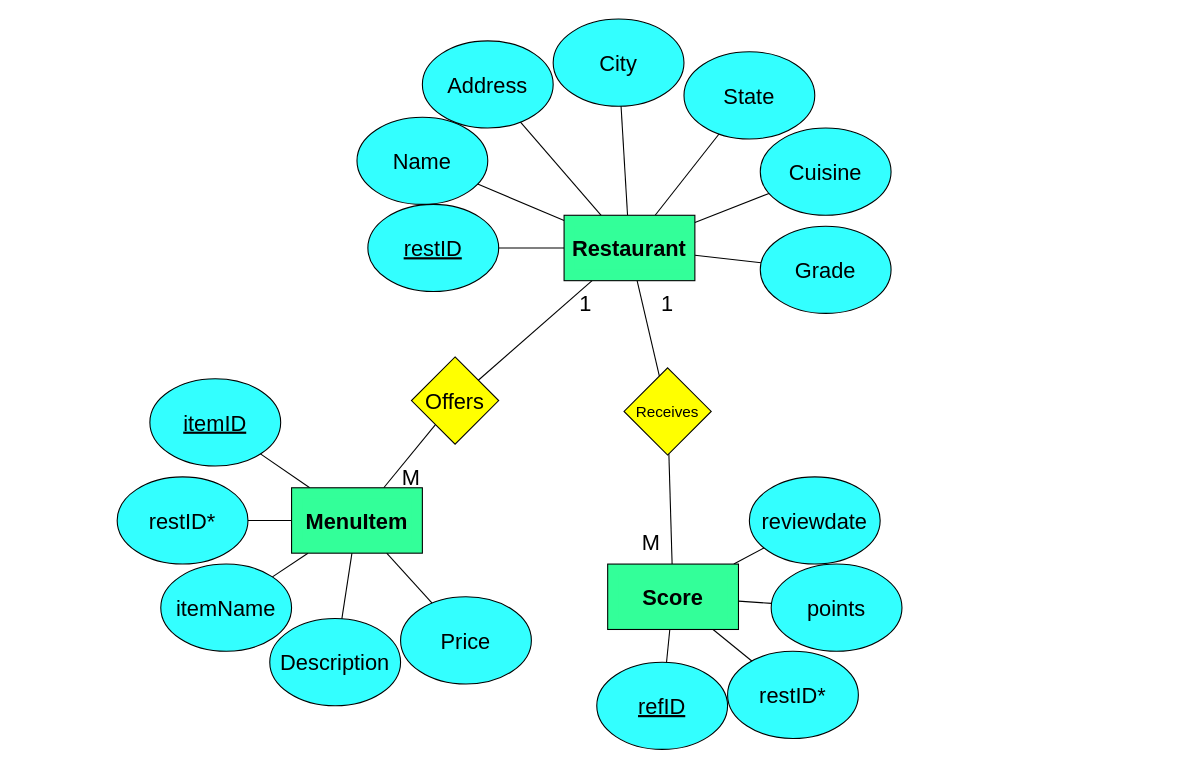
Above: 221024_batch/w9/2022_12_19_SQL/RestaurantsERD.drawio in 221024-NET/AkhilB (draw.io), before the change. Source tidied: cells renumbered, new cells numbered last; positions are measured from the earlier drawing's top-left corner, leaving out a move shared by most shapes. Both pictures are drawn from the tidied source at 109%, with x=0, y=0 at pixel (117, 19).
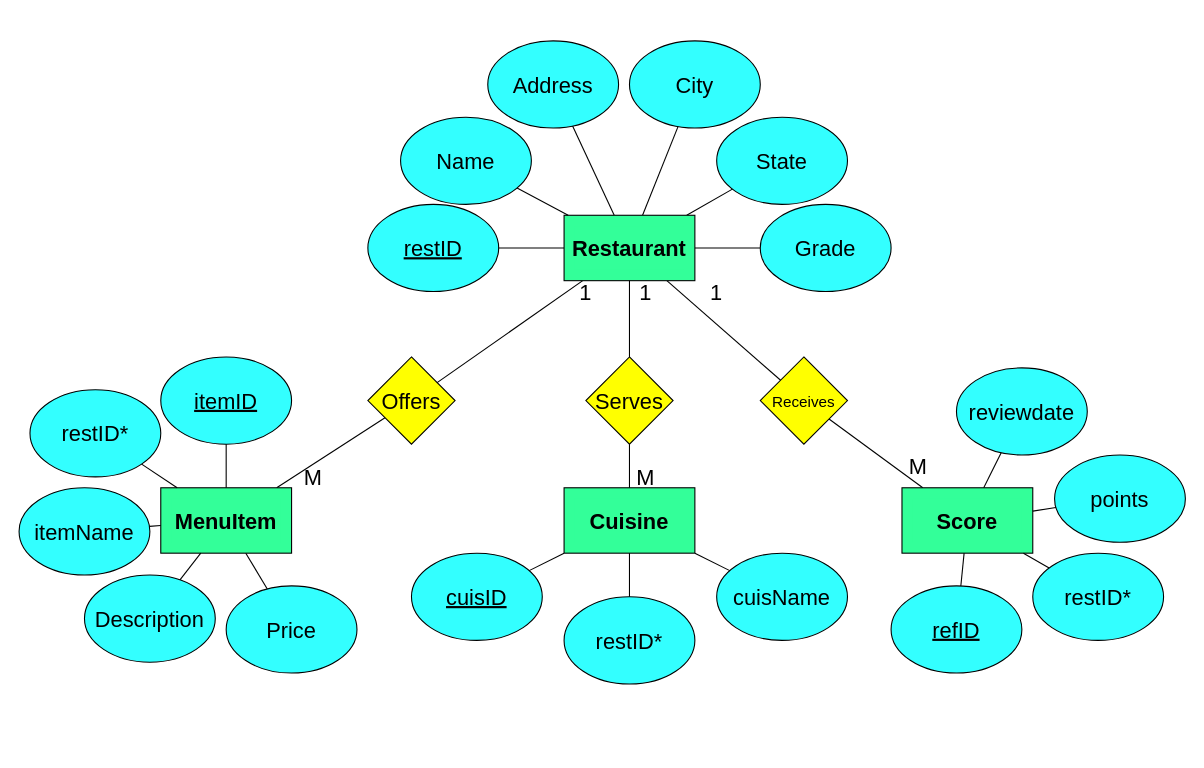
The same diagram, later.

Unchanged cells that the change refers to:
```xml
<mxCell id="3" style="ellipse;whiteSpace=wrap;html=1;fontSize=20;fillColor=#33FFFF;" parent="2" vertex="1">
  <mxGeometry width="120" height="80" as="geometry" />
</mxCell>
<mxCell id="45" style="ellipse;whiteSpace=wrap;html=1;fontSize=20;fillColor=#33FFFF;" parent="44" vertex="1">
  <mxGeometry width="120" height="80" as="geometry" />
</mxCell>
<mxCell id="71" style="ellipse;whiteSpace=wrap;html=1;fontSize=20;fillColor=#33FFFF;" parent="70" vertex="1">
  <mxGeometry width="120" height="80" as="geometry" />
</mxCell>
<mxCell id="74" style="ellipse;whiteSpace=wrap;html=1;fontSize=20;fillColor=#33FFFF;" parent="73" vertex="1">
  <mxGeometry width="120" height="80" as="geometry" />
</mxCell>
<mxCell id="77" style="ellipse;whiteSpace=wrap;html=1;fontSize=20;fillColor=#33FFFF;" parent="76" vertex="1">
  <mxGeometry width="120" height="80" as="geometry" />
</mxCell>
<mxCell id="84" style="rounded=0;whiteSpace=wrap;html=1;fillColor=#33FF99;" parent="83" vertex="1">
  <mxGeometry width="120" height="60" as="geometry" />
</mxCell>
<mxCell id="87" style="ellipse;whiteSpace=wrap;html=1;fontSize=20;fillColor=#33FFFF;" parent="86" vertex="1">
  <mxGeometry width="120" height="80" as="geometry" />
</mxCell>
```

The edit, as a diff of the source:
```diff
@@
     <mxCell id="2" style="group;" parent="1" vertex="1">
-      <mxGeometry x="220" y="90" width="120" height="80" as="geometry" />
+      <mxGeometry x="260" y="90" width="120" height="80" as="geometry" />
     </mxCell>
@@
     <mxCell id="8" style="group;" parent="1" vertex="1">
-      <mxGeometry x="280" y="20" width="120" height="80" as="geometry" />
+      <mxGeometry x="340" y="20" width="120" height="80" as="geometry" />
     </mxCell>
@@
     <mxCell id="11" style="group;" parent="1" vertex="1">
-      <mxGeometry x="400" width="120" height="80" as="geometry" />
+      <mxGeometry x="470" y="20" width="120" height="80" as="geometry" />
     </mxCell>
@@
     <mxCell id="14" style="group;" parent="1" vertex="1">
-      <mxGeometry x="520" y="30" width="120" height="80" as="geometry" />
+      <mxGeometry x="550" y="90" width="120" height="80" as="geometry" />
     </mxCell>
@@
     <mxCell id="17" style="group;" parent="1" vertex="1">
-      <mxGeometry x="590" y="190" width="120" height="80" as="geometry" />
+      <mxGeometry x="590" y="170" width="120" height="80" as="geometry" />
     </mxCell>
@@
     <mxCell id="25" style="group;" parent="1" vertex="1">
-      <mxGeometry x="270" y="310" width="80" height="80" as="geometry" />
+      <mxGeometry x="230" y="310" width="80" height="80" as="geometry" />
     </mxCell>
@@
     <mxCell id="30" value="1" style="text;html=1;strokeColor=none;fillColor=none;align=center;verticalAlign=middle;whiteSpace=wrap;rounded=0;fontSize=20;" parent="1" vertex="1">
-      <mxGeometry x="420" y="250" width="20" height="20" as="geometry" />
+      <mxGeometry x="420" y="240" width="20" height="20" as="geometry" />
     </mxCell>
+    <mxCell id="52" style="group;" parent="1" vertex="1">
+      <mxGeometry x="590" y="310" width="80" height="80" as="geometry" />
+    </mxCell>
+    <mxCell id="53" style="rhombus;whiteSpace=wrap;html=1;fontSize=20;fillColor=#FFFF00;" parent="52" vertex="1">
+      <mxGeometry width="80" height="80" as="geometry" />
+    </mxCell>
+    <mxCell id="54" value="&lt;font style=&quot;font-size: 14px;&quot;&gt;Receives&lt;/font&gt;" style="text;html=1;strokeColor=none;fillColor=none;align=center;verticalAlign=middle;whiteSpace=wrap;rounded=0;fontSize=20;" parent="52" vertex="1">
+      <mxGeometry x="10" y="20" width="60" height="35" as="geometry" />
+    </mxCell>
+    <mxCell id="55" style="endArrow=none;html=1;rounded=0;fontSize=14;" parent="1" edge="1" source="59" target="53">
+      <mxGeometry relative="1" as="geometry" />
+    </mxCell>
+    <mxCell id="56" style="endArrow=none;html=1;rounded=0;fontSize=14;" parent="1" edge="1" source="53" target="84">
+      <mxGeometry relative="1" as="geometry" />
+    </mxCell>
+    <mxCell id="57" value="1" style="text;html=1;strokeColor=none;fillColor=none;align=center;verticalAlign=middle;whiteSpace=wrap;rounded=0;fontSize=20;" parent="1" vertex="1">
+      <mxGeometry x="540" y="240" width="20" height="20" as="geometry" />
+    </mxCell>
+    <mxCell id="58" style="group;" parent="1" vertex="1">
+      <mxGeometry x="410" y="180" width="120" height="60" as="geometry" />
+    </mxCell>
+    <mxCell id="59" style="rounded=0;whiteSpace=wrap;html=1;fillColor=#33FF99;" parent="58" vertex="1">
+      <mxGeometry width="120" height="60" as="geometry" />
+    </mxCell>
+    <mxCell id="60" value="&lt;b&gt;&lt;font style=&quot;font-size: 20px;&quot;&gt;Restaurant&lt;/font&gt;&lt;/b&gt;" style="text;html=1;strokeColor=none;fillColor=#33FF99;align=center;verticalAlign=middle;whiteSpace=wrap;rounded=0;" parent="58" vertex="1">
+      <mxGeometry x="10" y="10" width="100" height="40" as="geometry" />
+    </mxCell>
+    <mxCell id="68" style="endArrow=none;html=1;" parent="1" edge="1" source="59" target="3">
+      <mxGeometry relative="1" as="geometry" />
+    </mxCell>
+    <mxCell id="90" style="group;" parent="1" vertex="1">
+      <mxGeometry x="270" y="430" width="400" height="180" as="geometry" />
+    </mxCell>
+    <mxCell id="91" style="group;" parent="90" vertex="1">
+      <mxGeometry x="140" width="120" height="60" as="geometry" />
+    </mxCell>
+    <mxCell id="92" style="rounded=0;whiteSpace=wrap;html=1;fillColor=#33FF99;" parent="91" vertex="1">
+      <mxGeometry width="120" height="60" as="geometry" />
+    </mxCell>
+    <mxCell id="66" value="&lt;span style=&quot;font-size: 20px;&quot;&gt;&lt;b&gt;Cuisine&lt;/b&gt;&lt;/span&gt;" style="text;html=1;strokeColor=none;fillColor=#33FF99;align=center;verticalAlign=middle;whiteSpace=wrap;rounded=0;" parent="91" vertex="1">
+      <mxGeometry x="10" y="10" width="100" height="40" as="geometry" />
+    </mxCell>
+    <mxCell id="93" style="group;" parent="90" vertex="1">
+      <mxGeometry y="60" width="120" height="80" as="geometry" />
+    </mxCell>
+    <mxCell id="94" style="ellipse;whiteSpace=wrap;html=1;fontSize=20;fillColor=#33FFFF;" parent="93" vertex="1">
+      <mxGeometry width="120" height="80" as="geometry" />
+    </mxCell>
+    <mxCell id="95" value="&lt;u&gt;cuisID&lt;/u&gt;" style="text;html=1;strokeColor=none;fillColor=none;align=center;verticalAlign=middle;whiteSpace=wrap;rounded=0;fontSize=20;" parent="93" vertex="1">
+      <mxGeometry x="10" y="20" width="100" height="40" as="geometry" />
+    </mxCell>
+    <mxCell id="96" style="group;" parent="90" vertex="1">
+      <mxGeometry x="140" y="100" width="120" height="80" as="geometry" />
+    </mxCell>
+    <mxCell id="97" style="ellipse;whiteSpace=wrap;html=1;fontSize=20;fillColor=#33FFFF;" parent="96" vertex="1">
+      <mxGeometry width="120" height="80" as="geometry" />
+    </mxCell>
+    <mxCell id="98" value="restID*" style="text;html=1;strokeColor=none;fillColor=none;align=center;verticalAlign=middle;whiteSpace=wrap;rounded=0;fontSize=20;" parent="96" vertex="1">
+      <mxGeometry x="10" y="20" width="100" height="40" as="geometry" />
+    </mxCell>
+    <mxCell id="99" style="group;" parent="90" vertex="1">
+      <mxGeometry x="280" y="60" width="120" height="80" as="geometry" />
+    </mxCell>
+    <mxCell id="100" style="ellipse;whiteSpace=wrap;html=1;fontSize=20;fillColor=#33FFFF;" parent="99" vertex="1">
+      <mxGeometry width="120" height="80" as="geometry" />
+    </mxCell>
+    <mxCell id="101" value="cuisName" style="text;html=1;strokeColor=none;fillColor=none;align=center;verticalAlign=middle;whiteSpace=wrap;rounded=0;fontSize=20;" parent="99" vertex="1">
+      <mxGeometry x="10" y="20" width="100" height="40" as="geometry" />
+    </mxCell>
+    <mxCell id="102" style="endArrow=none;html=1;rounded=0;" parent="90" edge="1" source="94" target="92">
+      <mxGeometry relative="1" as="geometry" />
+    </mxCell>
+    <mxCell id="103" style="endArrow=none;html=1;rounded=0;" parent="90" edge="1" source="92" target="97">
+      <mxGeometry relative="1" as="geometry" />
+    </mxCell>
+    <mxCell id="104" style="endArrow=none;html=1;rounded=0;" parent="90" edge="1" source="92" target="100">
+      <mxGeometry relative="1" as="geometry" />
+    </mxCell>
+    <mxCell id="105" style="endArrow=none;html=1;rounded=0;" parent="1" edge="1" source="107" target="59">
+      <mxGeometry relative="1" as="geometry" />
+    </mxCell>
+    <mxCell id="106" style="group;" parent="1" vertex="1">
+      <mxGeometry x="430" y="310" width="80" height="80" as="geometry" />
+    </mxCell>
+    <mxCell id="107" style="rhombus;whiteSpace=wrap;html=1;fontSize=20;fillColor=#FFFF00;" parent="106" vertex="1">
+      <mxGeometry width="80" height="80" as="geometry" />
+    </mxCell>
+    <mxCell id="108" value="Serves" style="text;html=1;strokeColor=none;fillColor=none;align=center;verticalAlign=middle;whiteSpace=wrap;rounded=0;fontSize=20;" parent="106" vertex="1">
+      <mxGeometry x="10" y="25" width="60" height="30" as="geometry" />
+    </mxCell>
     <mxCell id="31" value="M" style="text;html=1;strokeColor=none;fillColor=none;align=center;verticalAlign=middle;whiteSpace=wrap;rounded=0;fontSize=20;" parent="1" vertex="1">
-      <mxGeometry x="260" y="410" width="20" height="20" as="geometry" />
+      <mxGeometry x="170" y="410" width="20" height="20" as="geometry" />
     </mxCell>
     <mxCell id="32" style="group;" parent="1" vertex="1">
-      <mxGeometry x="30" y="330" width="120" height="80" as="geometry" />
+      <mxGeometry x="40" y="310" width="120" height="80" as="geometry" />
     </mxCell>
@@
     <mxCell id="35" style="group;" parent="1" vertex="1">
-      <mxGeometry x="40" y="500" width="120" height="80" as="geometry" />
+      <mxGeometry x="-90" y="430" width="120" height="80" as="geometry" />
     </mxCell>
@@
     <mxCell id="38" style="group;" parent="1" vertex="1">
-      <mxGeometry y="420" width="120" height="80" as="geometry" />
+      <mxGeometry x="-80" y="340" width="120" height="80" as="geometry" />
     </mxCell>
@@
-    <mxCell id="41" style="group;" parent="1" vertex="1">
-      <mxGeometry x="140" y="550" width="120" height="80" as="geometry" />
-    </mxCell>
-    <mxCell id="42" style="ellipse;whiteSpace=wrap;html=1;fontSize=20;fillColor=#33FFFF;" parent="41" vertex="1">
-      <mxGeometry width="120" height="80" as="geometry" />
-    </mxCell>
-    <mxCell id="43" value="Description" style="text;html=1;strokeColor=none;fillColor=none;align=center;verticalAlign=middle;whiteSpace=wrap;rounded=0;fontSize=20;" parent="41" vertex="1">
-      <mxGeometry x="10" y="20" width="100" height="40" as="geometry" />
-    </mxCell>
     <mxCell id="44" style="group;" parent="1" vertex="1">
-      <mxGeometry x="260" y="530" width="120" height="80" as="geometry" />
+      <mxGeometry x="100" y="520" width="120" height="80" as="geometry" />
     </mxCell>
@@
+    <mxCell id="61" style="group;" parent="1" vertex="1">
+      <mxGeometry x="40" y="430" width="120" height="60" as="geometry" />
+    </mxCell>
+    <mxCell id="62" style="rounded=0;whiteSpace=wrap;html=1;fillColor=#33FF99;" parent="61" vertex="1">
+      <mxGeometry width="120" height="60" as="geometry" />
+    </mxCell>
+    <mxCell id="63" value="&lt;span style=&quot;font-size: 20px;&quot;&gt;&lt;b&gt;MenuItem&lt;/b&gt;&lt;/span&gt;" style="text;html=1;strokeColor=none;fillColor=#33FF99;align=center;verticalAlign=middle;whiteSpace=wrap;rounded=0;" parent="61" vertex="1">
+      <mxGeometry x="10" y="10" width="100" height="40" as="geometry" />
+    </mxCell>
+    <mxCell id="51" style="endArrow=none;html=1;rounded=0;fontSize=20;" parent="1" edge="1" source="62" target="45">
+      <mxGeometry relative="1" as="geometry" />
+    </mxCell>
+    <mxCell id="50" style="endArrow=none;html=1;rounded=0;fontSize=20;" parent="1" edge="1" source="62" target="42">
+      <mxGeometry relative="1" as="geometry" />
+    </mxCell>
@@
-    <mxCell id="50" style="endArrow=none;html=1;rounded=0;fontSize=20;" parent="1" edge="1" source="62" target="42">
-      <mxGeometry relative="1" as="geometry" />
-    </mxCell>
-    <mxCell id="51" style="endArrow=none;html=1;rounded=0;fontSize=20;" parent="1" edge="1" source="62" target="45">
-      <mxGeometry relative="1" as="geometry" />
-    </mxCell>
-    <mxCell id="52" style="group;" parent="1" vertex="1">
-      <mxGeometry x="465" y="320" width="80" height="80" as="geometry" />
-    </mxCell>
-    <mxCell id="53" style="rhombus;whiteSpace=wrap;html=1;fontSize=20;fillColor=#FFFF00;" parent="52" vertex="1">
-      <mxGeometry width="80" height="80" as="geometry" />
-    </mxCell>
-    <mxCell id="54" value="&lt;font style=&quot;font-size: 14px;&quot;&gt;Receives&lt;/font&gt;" style="text;html=1;strokeColor=none;fillColor=none;align=center;verticalAlign=middle;whiteSpace=wrap;rounded=0;fontSize=20;" parent="52" vertex="1">
-      <mxGeometry x="10" y="20" width="60" height="35" as="geometry" />
-    </mxCell>
-    <mxCell id="55" style="endArrow=none;html=1;rounded=0;fontSize=14;" parent="1" edge="1" source="59" target="53">
-      <mxGeometry relative="1" as="geometry" />
-    </mxCell>
-    <mxCell id="56" style="endArrow=none;html=1;rounded=0;fontSize=14;" parent="1" edge="1" source="53" target="84">
-      <mxGeometry relative="1" as="geometry" />
-    </mxCell>
-    <mxCell id="57" value="1" style="text;html=1;strokeColor=none;fillColor=none;align=center;verticalAlign=middle;whiteSpace=wrap;rounded=0;fontSize=20;" parent="1" vertex="1">
-      <mxGeometry x="490" y="250" width="30" height="20" as="geometry" />
-    </mxCell>
-    <mxCell id="58" style="group;" parent="1" vertex="1">
-      <mxGeometry x="410" y="180" width="120" height="60" as="geometry" />
-    </mxCell>
-    <mxCell id="59" style="rounded=0;whiteSpace=wrap;html=1;fillColor=#33FF99;" parent="58" vertex="1">
-      <mxGeometry width="120" height="60" as="geometry" />
-    </mxCell>
-    <mxCell id="60" value="&lt;b&gt;&lt;font style=&quot;font-size: 20px;&quot;&gt;Restaurant&lt;/font&gt;&lt;/b&gt;" style="text;html=1;strokeColor=none;fillColor=#33FF99;align=center;verticalAlign=middle;whiteSpace=wrap;rounded=0;" parent="58" vertex="1">
-      <mxGeometry x="10" y="10" width="100" height="40" as="geometry" />
-    </mxCell>
-    <mxCell id="61" style="group;" parent="1" vertex="1">
-      <mxGeometry x="160" y="430" width="120" height="60" as="geometry" />
-    </mxCell>
-    <mxCell id="62" style="rounded=0;whiteSpace=wrap;html=1;fillColor=#33FF99;" parent="61" vertex="1">
-      <mxGeometry width="120" height="60" as="geometry" />
-    </mxCell>
-    <mxCell id="63" value="&lt;span style=&quot;font-size: 20px;&quot;&gt;&lt;b&gt;MenuItem&lt;/b&gt;&lt;/span&gt;" style="text;html=1;strokeColor=none;fillColor=#33FF99;align=center;verticalAlign=middle;whiteSpace=wrap;rounded=0;" parent="61" vertex="1">
-      <mxGeometry x="10" y="10" width="100" height="40" as="geometry" />
-    </mxCell>
-    <mxCell id="64" style="group;" parent="1" vertex="1">
-      <mxGeometry x="590" y="100" width="120" height="80" as="geometry" />
-    </mxCell>
-    <mxCell id="65" style="ellipse;whiteSpace=wrap;html=1;fontSize=20;fillColor=#33FFFF;" parent="64" vertex="1">
-      <mxGeometry width="120" height="80" as="geometry" />
-    </mxCell>
-    <mxCell id="66" value="Cuisine" style="text;html=1;strokeColor=none;fillColor=none;align=center;verticalAlign=middle;whiteSpace=wrap;rounded=0;fontSize=20;" parent="64" vertex="1">
-      <mxGeometry x="10" y="20" width="100" height="40" as="geometry" />
-    </mxCell>
-    <mxCell id="67" style="endArrow=none;html=1;rounded=0;" parent="1" edge="1" source="65" target="59">
-      <mxGeometry relative="1" as="geometry" />
-    </mxCell>
-    <mxCell id="68" style="endArrow=none;html=1;" parent="1" edge="1" source="59" target="3">
-      <mxGeometry relative="1" as="geometry" />
-    </mxCell>
-    <mxCell id="69" style="group;" parent="1" vertex="1">
-      <mxGeometry x="440" y="420" width="280" height="250" as="geometry" />
-    </mxCell>
+    <mxCell id="109" style="endArrow=none;html=1;rounded=0;" parent="1" edge="1" source="92" target="107">
+      <mxGeometry relative="1" as="geometry" />
+    </mxCell>
+    <mxCell id="110" value="1" style="text;html=1;strokeColor=none;fillColor=none;align=center;verticalAlign=middle;whiteSpace=wrap;rounded=0;fontSize=20;" parent="1" vertex="1">
+      <mxGeometry x="470" y="240" width="30" height="20" as="geometry" />
+    </mxCell>
-    <mxCell id="70" style="group;" parent="69" vertex="1">
-      <mxGeometry y="170" width="120" height="80" as="geometry" />
+    <mxCell id="70" style="group;" parent="1" vertex="1">
+      <mxGeometry x="710" y="520" width="120" height="80" as="geometry" />
     </mxCell>
@@
-    <mxCell id="73" style="group;" parent="69" vertex="1">
-      <mxGeometry x="160" y="80" width="120" height="80" as="geometry" />
+    <mxCell id="73" style="group;" parent="1" vertex="1">
+      <mxGeometry x="860" y="400" width="120" height="80" as="geometry" />
     </mxCell>
@@
-    <mxCell id="76" style="group;" parent="69" vertex="1">
-      <mxGeometry x="140" width="120" height="80" as="geometry" />
+    <mxCell id="76" style="group;" parent="1" vertex="1">
+      <mxGeometry x="770" y="320" width="120" height="80" as="geometry" />
     </mxCell>
@@
-    <mxCell id="79" style="endArrow=none;html=1;rounded=0;fontSize=20;" parent="69" edge="1" source="71" target="84">
-      <mxGeometry relative="1" as="geometry" />
-    </mxCell>
-    <mxCell id="80" style="endArrow=none;html=1;rounded=0;fontSize=20;" parent="69" edge="1" source="74" target="84">
-      <mxGeometry relative="1" as="geometry" />
-    </mxCell>
-    <mxCell id="81" style="endArrow=none;html=1;rounded=0;fontSize=20;" parent="69" edge="1" source="77" target="84">
-      <mxGeometry relative="1" as="geometry" />
-    </mxCell>
-    <mxCell id="82" value="M" style="text;html=1;strokeColor=none;fillColor=none;align=center;verticalAlign=middle;whiteSpace=wrap;rounded=0;fontSize=20;" parent="69" vertex="1">
-      <mxGeometry x="40" y="50" width="20" height="20" as="geometry" />
+    <mxCell id="82" value="M" style="text;html=1;strokeColor=none;fillColor=none;align=center;verticalAlign=middle;whiteSpace=wrap;rounded=0;fontSize=20;" parent="1" vertex="1">
+      <mxGeometry x="720" y="400" width="30" height="20" as="geometry" />
     </mxCell>
-    <mxCell id="83" style="group;" parent="69" vertex="1">
-      <mxGeometry x="10" y="80" width="120" height="60" as="geometry" />
+    <mxCell id="83" style="group;" parent="1" vertex="1">
+      <mxGeometry x="720" y="430" width="120" height="60" as="geometry" />
     </mxCell>
@@
-    <mxCell id="86" style="group;" parent="69" vertex="1">
-      <mxGeometry x="120" y="160" width="120" height="80" as="geometry" />
+    <mxCell id="86" style="group;" parent="1" vertex="1">
+      <mxGeometry x="840" y="490" width="120" height="80" as="geometry" />
     </mxCell>
@@
+    <mxCell id="79" style="endArrow=none;html=1;rounded=0;fontSize=20;" parent="1" edge="1" source="71" target="84">
+      <mxGeometry relative="1" as="geometry" />
+    </mxCell>
+    <mxCell id="80" style="endArrow=none;html=1;rounded=0;fontSize=20;" parent="1" edge="1" source="74" target="84">
+      <mxGeometry relative="1" as="geometry" />
+    </mxCell>
+    <mxCell id="81" style="endArrow=none;html=1;rounded=0;fontSize=20;" parent="1" edge="1" source="77" target="84">
+      <mxGeometry relative="1" as="geometry" />
+    </mxCell>
-    <mxCell id="89" style="endArrow=none;html=1;rounded=0;fontSize=14;fontColor=#33FF99;" parent="69" edge="1" source="87" target="84">
+    <mxCell id="89" style="endArrow=none;html=1;rounded=0;fontSize=14;fontColor=#33FF99;" parent="1" edge="1" source="87" target="84">
       <mxGeometry relative="1" as="geometry" />
     </mxCell>
+    <mxCell id="111" value="M" style="text;html=1;strokeColor=none;fillColor=none;align=center;verticalAlign=middle;whiteSpace=wrap;rounded=0;fontSize=20;" parent="1" vertex="1">
+      <mxGeometry x="475" y="410" width="20" height="20" as="geometry" />
+    </mxCell>
+    <mxCell id="112" style="group;" parent="1" vertex="1">
+      <mxGeometry x="-30" y="510" width="120" height="80" as="geometry" />
+    </mxCell>
+    <mxCell id="42" style="ellipse;whiteSpace=wrap;html=1;fontSize=20;fillColor=#33FFFF;" parent="112" vertex="1">
+      <mxGeometry width="120" height="80" as="geometry" />
+    </mxCell>
+    <mxCell id="43" value="Description" style="text;html=1;strokeColor=none;fillColor=none;align=center;verticalAlign=middle;whiteSpace=wrap;rounded=0;fontSize=20;" parent="112" vertex="1">
+      <mxGeometry x="10" y="20" width="100" height="40" as="geometry" />
+    </mxCell>
```
